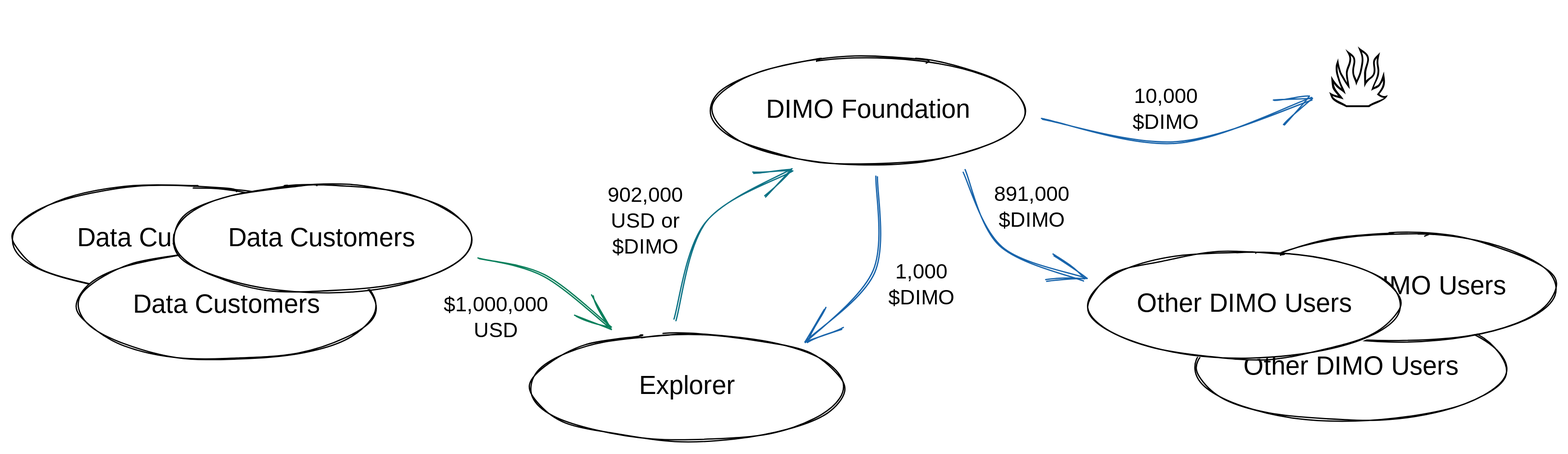
This is .gitbook/assets/file.drawing (3).svg from DIMO-Network/DIP, a Excalidraw export, as it was before one commit. Source tidied: one line per element, renumbered; positions are measured from the earlier drawing's top-left corner, leaving out a move shared by most shapes.
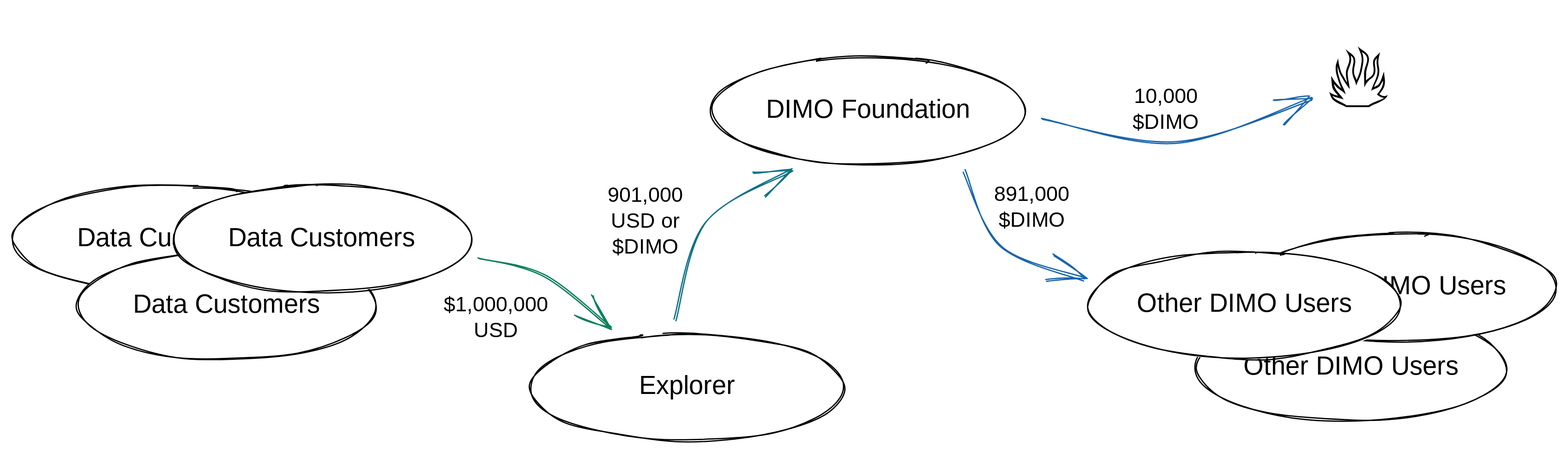
After the change.

The edit, as a diff of the source:
```diff
@@ -17,11 +17,9 @@
 {"id": 16, "type": "text", "text": "🔥", "strokeColor": "#000000", "backgroundColor": "#ffffff", "fillStyle": "solid", "strokeWidth": 1, "roughness": 1, "fontSize": 68.22, "fontFamily": 1, "x": 1016, "y": 0, "width": 82, "height": 99}
 {"id": 17, "type": "arrow", "strokeColor": "#087f5b", "backgroundColor": "#ffffff", "fillStyle": "solid", "strokeWidth": 1, "roughness": 1, "endArrowhead": "arrow", "from": 4, "to": 8, "x": 359, "y": 189, "width": 103, "height": 54, "points": [[0, 0], [52, 14], [103, 54]]}
 {"id": 18, "type": "arrow", "strokeColor": "#0b7285", "backgroundColor": "#ffffff", "fillStyle": "solid", "strokeWidth": 1, "roughness": 1, "endArrowhead": "arrow", "from": 8, "to": 6, "x": 513, "y": 238, "width": 90, "height": 117, "points": [[0, 0], [24, -77], [90, -117]]}
-{"id": 19, "type": "arrow", "strokeColor": "#1864ab", "backgroundColor": "#ffffff", "fillStyle": "solid", "strokeWidth": 1, "roughness": 1, "endArrowhead": "arrow", "from": 6, "to": 8, "x": 668, "y": 126, "width": 55, "height": 127, "points": [[0, 0], [-1, 74], [-55, 127]]}
 {"id": 20, "type": "arrow", "strokeColor": "#1864ab", "backgroundColor": "#ffffff", "fillStyle": "solid", "strokeWidth": 1, "roughness": 1, "endArrowhead": "arrow", "from": 6, "to": 14, "x": 737, "y": 122, "width": 93, "height": 85, "points": [[0, 0], [27, 58], [93, 85]]}
 {"id": 21, "type": "arrow", "strokeColor": "#1864ab", "backgroundColor": "#ffffff", "fillStyle": "solid", "strokeWidth": 1, "roughness": 1, "endArrowhead": "arrow", "from": 6, "to": 16, "x": 795, "y": 81, "width": 209, "height": 33, "points": [[0, 0], [104, 18], [209, -15]]}
 {"id": 22, "type": "text", "text": "$1,000,000\nUSD", "strokeColor": "#000000", "backgroundColor": "#ffffff", "fillStyle": "solid", "strokeWidth": 1, "roughness": 1, "fontSize": 16, "fontFamily": 1, "textAlign": "center", "x": 328, "y": 216, "width": 92, "height": 40}
-{"id": 23, "type": "text", "text": "902,000\nUSD or\n$DIMO", "strokeColor": "#000000", "backgroundColor": "#ffffff", "fillStyle": "solid", "strokeWidth": 1, "roughness": 1, "fontSize": 16, "fontFamily": 1, "textAlign": "center", "x": 454, "y": 132, "width": 70, "height": 60}
+{"id": 23, "type": "text", "text": "901,000\nUSD or\n$DIMO", "strokeColor": "#000000", "backgroundColor": "#ffffff", "fillStyle": "solid", "strokeWidth": 1, "roughness": 1, "fontSize": 16, "fontFamily": 1, "textAlign": "center", "x": 458, "y": 132, "width": 63, "height": 60}
-{"id": 24, "type": "text", "text": "1,000\n$DIMO", "strokeColor": "#000000", "backgroundColor": "#ffffff", "fillStyle": "solid", "strokeWidth": 1, "roughness": 1, "fontSize": 16, "fontFamily": 1, "textAlign": "center", "x": 673, "y": 191, "width": 60, "height": 40}
 {"id": 25, "type": "text", "text": "891,000\n$DIMO", "strokeColor": "#000000", "backgroundColor": "#ffffff", "fillStyle": "solid", "strokeWidth": 1, "roughness": 1, "fontSize": 16, "fontFamily": 1, "textAlign": "center", "x": 756, "y": 131, "width": 64, "height": 40}
 {"id": 26, "type": "text", "text": "10,000\n$DIMO", "strokeColor": "#000000", "backgroundColor": "#ffffff", "fillStyle": "solid", "strokeWidth": 1, "roughness": 1, "fontSize": 16, "fontFamily": 1, "textAlign": "center", "x": 862, "y": 56, "width": 60, "height": 40}
```
